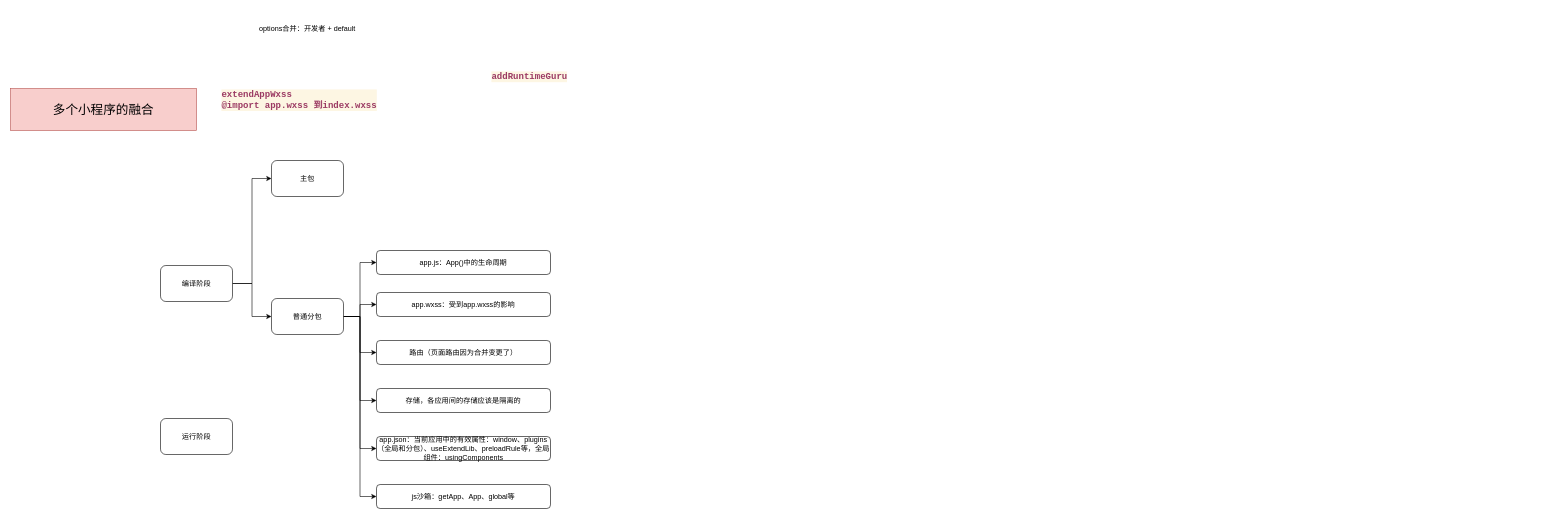
The draw.io diagram drawio-graph/小程序微前端.drawio in yusongjohn/blog, before the edit. Source tidied: cells renumbered, new cells numbered last; positions are measured from the earlier drawing's top-left corner, leaving out a move shared by most shapes. Both pictures are drawn from the tidied source at 60%, with x=0, y=0 at pixel (10, 10).
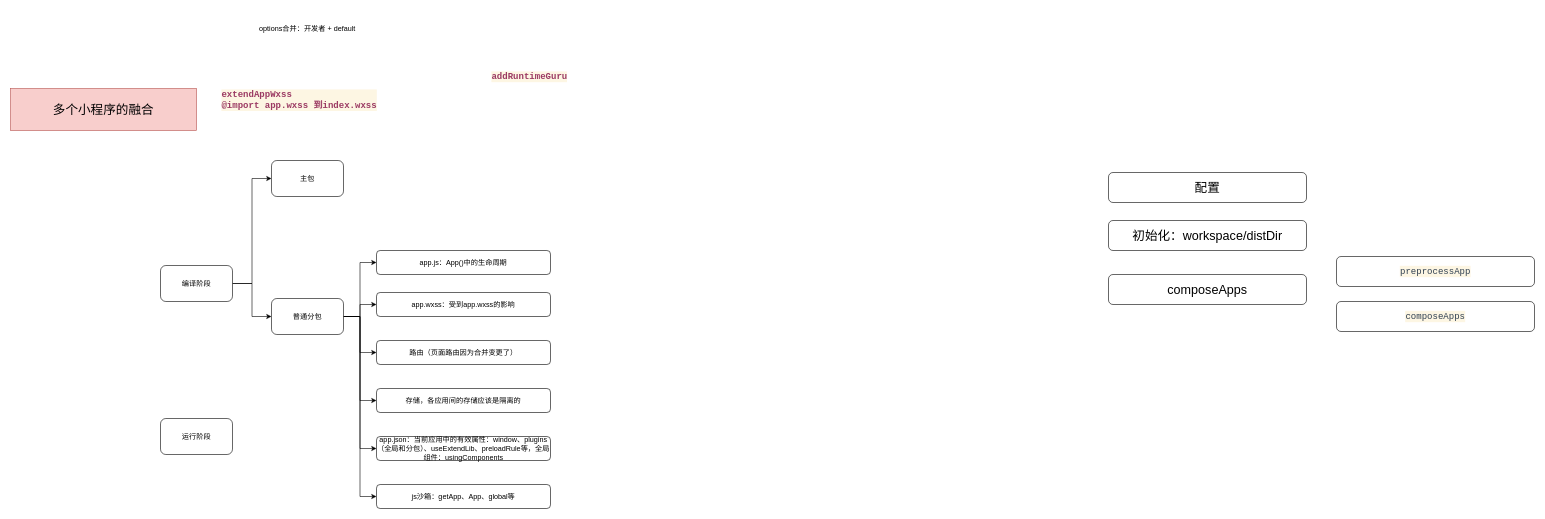
The same diagram, later.

Commit message:
更新小程序微前端.drawio

The edit, as a diff of the source:
```diff
@@
+    <mxCell id="24" value="配置" style="rounded=1;whiteSpace=wrap;html=1;fontSize=21;" parent="1" vertex="1">
+      <mxGeometry x="1830" y="270" width="330" height="50" as="geometry" />
+    </mxCell>
+    <mxCell id="25" value="初始化：workspace/distDir" style="rounded=1;whiteSpace=wrap;html=1;fontSize=21;" parent="1" vertex="1">
+      <mxGeometry x="1830" y="350" width="330" height="50" as="geometry" />
+    </mxCell>
+    <mxCell id="26" value="composeApps" style="rounded=1;whiteSpace=wrap;html=1;fontSize=21;" parent="1" vertex="1">
+      <mxGeometry x="1830" y="440" width="330" height="50" as="geometry" />
+    </mxCell>
+    <mxCell id="27" value="&lt;pre style=&quot;background-color:#fdf6e3;color:#2f3f50;font-family:'Fira Code',monospace;font-size:11.3pt;&quot;&gt;preprocessApp&lt;/pre&gt;" style="rounded=1;whiteSpace=wrap;html=1;fontSize=21;" parent="1" vertex="1">
+      <mxGeometry x="2210" y="410" width="330" height="50" as="geometry" />
+    </mxCell>
+    <mxCell id="28" value="&lt;pre style=&quot;background-color:#fdf6e3;color:#2f3f50;font-family:'Fira Code',monospace;font-size:11.3pt;&quot;&gt;&lt;pre style=&quot;font-family: &amp;quot;Fira Code&amp;quot;, monospace; font-size: 11.3pt;&quot;&gt;composeApps&lt;/pre&gt;&lt;/pre&gt;" style="rounded=1;whiteSpace=wrap;html=1;fontSize=21;" parent="1" vertex="1">
+      <mxGeometry x="2210" y="485" width="330" height="50" as="geometry" />
+    </mxCell>
```
